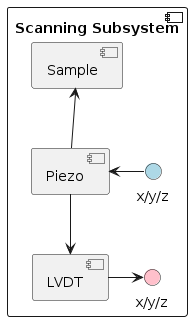
The PlantUML diagram afm_spm_components/images/scanning_subsystem.png in nsulmol/documentation, before a commit. The source it was exported from:
```plantuml
@startuml
!include style.puml

!startsub component
component "Scanning Subsystem" as scanning_subsystem {
  component Sample as sample
  component Piezo as sample_piezo
  component LVDT as lvdt
  interface "x/y/z" <<input>> as sample_piezo_in
  interface "x/y/z" <<output>> as lvdt_out

  sample_piezo -u-> sample
  sample_piezo -d-> lvdt
  lvdt -r-> lvdt_out
  sample_piezo_in -l-> sample_piezo
}
!endsub
@enduml
```
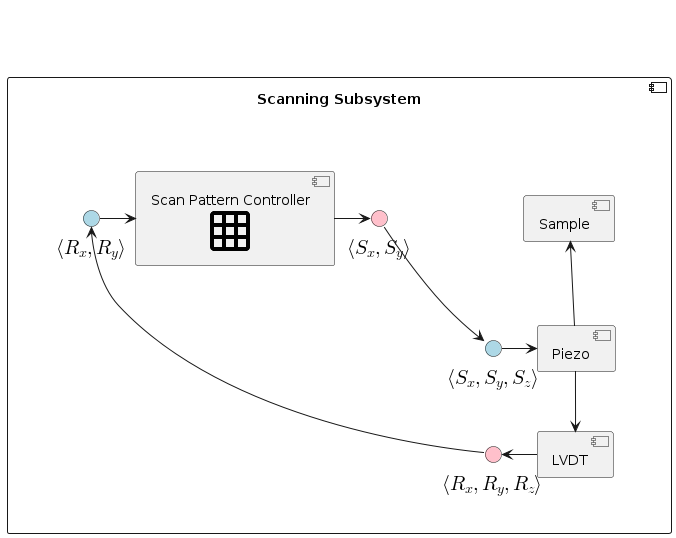
The same file after the commit.

Change to the diagram source:
```diff
@@ -2,17 +2,36 @@
 !include style.puml
 
 !startsub component
+!include <material/grid>
+
 component "Scanning Subsystem" as scanning_subsystem {
-  component Sample as sample
-  component Piezo as sample_piezo
-  component LVDT as lvdt
-  interface "x/y/z" <<input>> as sample_piezo_in
-  interface "x/y/z" <<output>> as lvdt_out
 
-  sample_piezo -u-> sample
-  sample_piezo -d-> lvdt
-  lvdt -r-> lvdt_out
-  sample_piezo_in -l-> sample_piezo
+  package " " <<layout>> as scan_hw {
+    component Sample as sample
+    component Piezo as sample_piezo
+    component LVDT as lvdt
+    interface "<latex>\langle S_x, S_y, S_z \rangle</latex>" <<input>> as sample_piezo_in
+    interface "<latex>\langle R_x, R_y, R_z \rangle</latex>" <<output>> as lvdt_out
+
+    sample_piezo -u-> sample
+    sample_piezo -d-> lvdt
+    lvdt -r-> lvdt_out
+    sample_piezo_in -l-> sample_piezo
+  }
+
+  package " " <<layout>> as spc_pkg {
+    interface "<latex>\langle R_x, R_y \rangle</latex>" <<input>> as spc_in
+    interface "<latex>\langle S_x, S_y \rangle</latex>" <<output>> as spc_out
+    component "Scan Pattern Controller\n<$ma_grid>" <<center>> as scan_pattern_controller
+
+    spc_in -> scan_pattern_controller
+    scan_pattern_controller -> spc_out
+  }
+
+  spc_out --> sample_piezo_in
+  lvdt_out --> spc_in
+
+  spc_pkg -[hidden]right- scan_hw
 }
 !endsub
 @enduml
```
